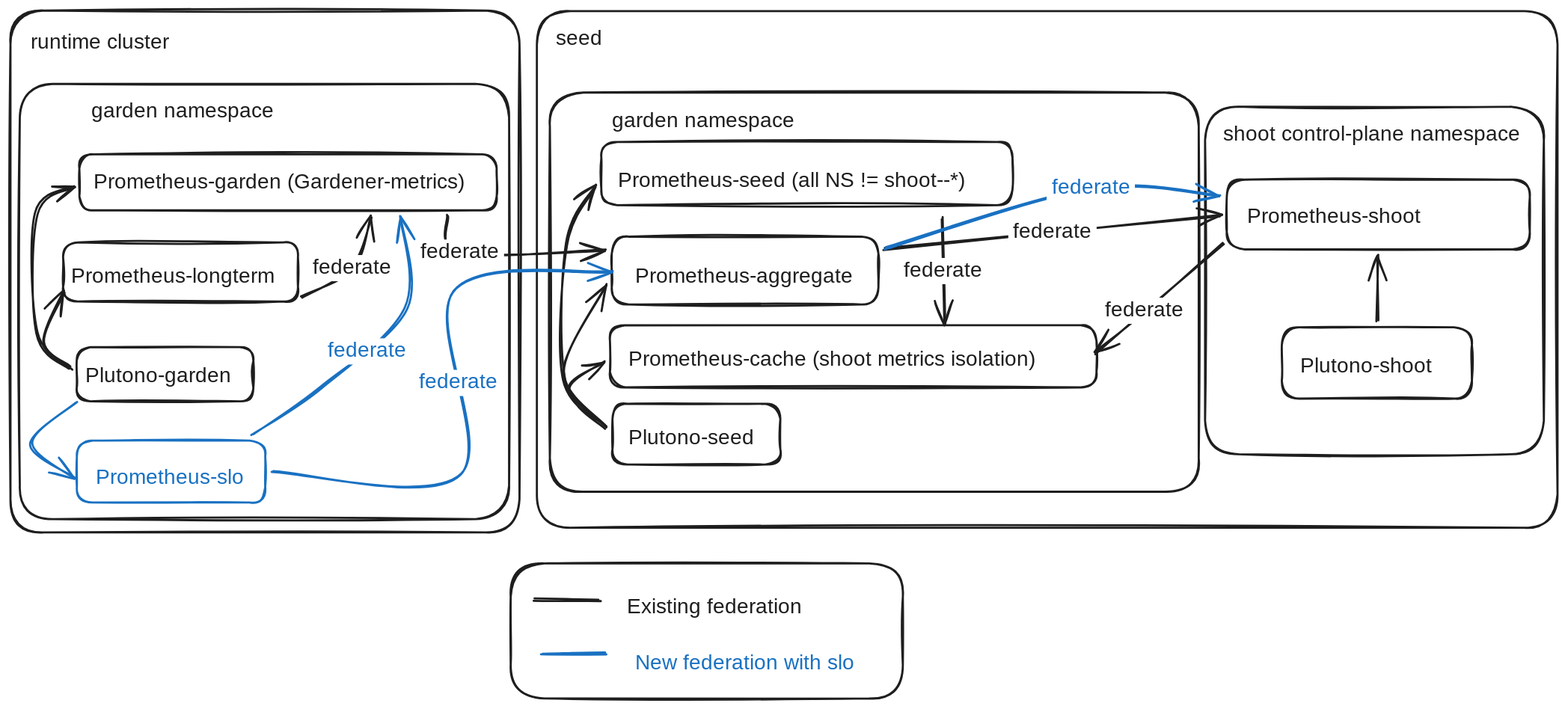
The Excalidraw diagram geps/0041-slo-monitoring/slo-extension-plan.svg in gardener/enhancements, before a commit. Source tidied: one line per element, renumbered; positions are measured from the earlier drawing's top-left corner, leaving out a move shared by most shapes.
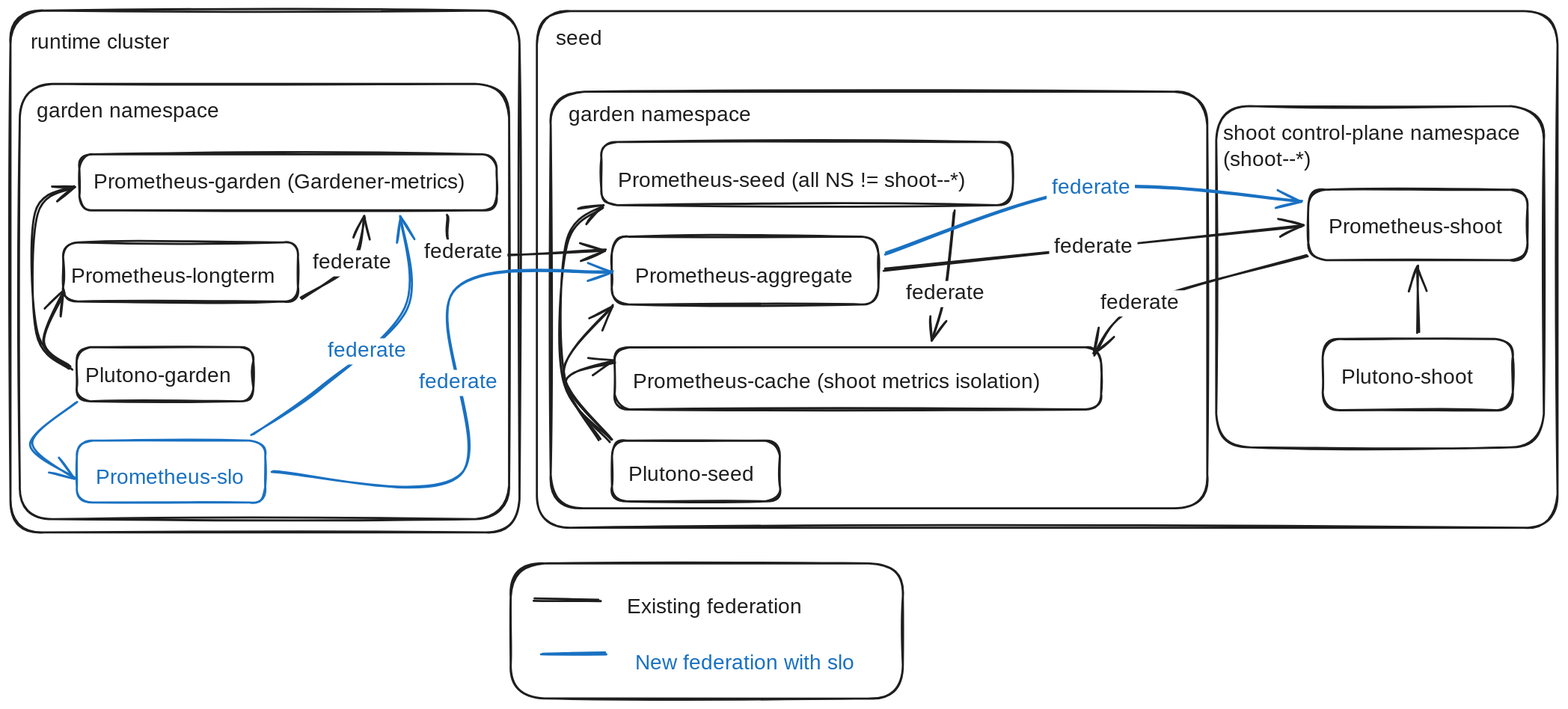
The same diagram one commit later.

Change to the diagram source:
```diff
@@ -1,35 +1,34 @@
 {"id": 0, "type": "rectangle", "strokeColor": "#1e1e1e", "strokeWidth": 2, "roughness": 1, "round": true, "x": 0, "y": 0, "width": 486, "height": 498}
 {"id": 1, "type": "rectangle", "strokeColor": "#1e1e1e", "strokeWidth": 2, "roughness": 1, "round": true, "x": 503, "y": 1, "width": 974, "height": 493}
 {"id": 2, "type": "text", "text": "seed", "strokeColor": "#1e1e1e", "strokeWidth": 2, "roughness": 1, "fontSize": 20, "fontFamily": 5, "x": 521, "y": 15, "width": 44, "height": 25}
-{"id": 3, "type": "rectangle", "strokeColor": "#1e1e1e", "strokeWidth": 2, "roughness": 1, "round": true, "x": 515, "y": 78, "width": 619, "height": 381}
+{"id": 3, "type": "rectangle", "strokeColor": "#1e1e1e", "strokeWidth": 2, "roughness": 1, "round": true, "x": 516, "y": 78, "width": 627, "height": 398}
-{"id": 4, "type": "text", "text": "garden namespace", "strokeColor": "#1e1e1e", "strokeWidth": 2, "roughness": 1, "fontSize": 20, "fontFamily": 5, "x": 574, "y": 94, "width": 172, "height": 25}
+{"id": 4, "type": "text", "text": "garden namespace", "strokeColor": "#1e1e1e", "strokeWidth": 2, "roughness": 1, "fontSize": 20, "fontFamily": 5, "x": 533, "y": 88, "width": 172, "height": 25}
-{"id": 5, "type": "rectangle", "strokeColor": "#1e1e1e", "strokeWidth": 2, "roughness": 1, "round": true, "x": 1140, "y": 92, "width": 323, "height": 332}
+{"id": 5, "type": "rectangle", "strokeColor": "#1e1e1e", "strokeWidth": 2, "roughness": 1, "round": true, "x": 1151, "y": 91, "width": 313, "height": 326}
-{"id": 6, "type": "text", "text": "shoot control-plane namespace", "strokeColor": "#1e1e1e", "strokeWidth": 2, "roughness": 1, "fontSize": 20, "fontFamily": 5, "x": 1158, "y": 106, "width": 298, "height": 25}
+{"id": 6, "type": "text", "text": "shoot control-plane namespace\n(shoot--*)", "strokeColor": "#1e1e1e", "strokeWidth": 2, "roughness": 1, "fontSize": 20, "fontFamily": 5, "x": 1158, "y": 106, "width": 298, "height": 50}
-{"id": 7, "type": "rectangle", "strokeColor": "#1e1e1e", "strokeWidth": 2, "roughness": 1, "round": true, "x": 1161, "y": 162, "width": 289, "height": 67}
+{"id": 7, "type": "rectangle", "strokeColor": "#1e1e1e", "strokeWidth": 2, "roughness": 1, "round": true, "x": 1239, "y": 171, "width": 209, "height": 67}
-{"id": 8, "type": "text", "text": "Prometheus-shoot", "strokeColor": "#1e1e1e", "strokeWidth": 2, "roughness": 1, "fontSize": 20, "fontFamily": 5, "x": 1181, "y": 185, "width": 179, "height": 25}
+{"id": 8, "type": "text", "text": "Prometheus-shoot", "strokeColor": "#1e1e1e", "strokeWidth": 2, "roughness": 1, "fontSize": 20, "fontFamily": 5, "x": 1259, "y": 195, "width": 179, "height": 25}
-{"id": 9, "type": "rectangle", "strokeColor": "#1e1e1e", "strokeWidth": 2, "roughness": 1, "round": true, "x": 1214, "y": 303, "width": 181, "height": 68}
+{"id": 9, "type": "rectangle", "strokeColor": "#1e1e1e", "strokeWidth": 2, "roughness": 1, "round": true, "x": 1253, "y": 314, "width": 181, "height": 68}
-{"id": 10, "type": "text", "text": "Plutono-shoot", "strokeColor": "#1e1e1e", "strokeWidth": 2, "roughness": 1, "fontSize": 20, "fontFamily": 5, "x": 1232, "y": 328, "width": 140, "height": 25}
+{"id": 10, "type": "text", "text": "Plutono-shoot", "strokeColor": "#1e1e1e", "strokeWidth": 2, "roughness": 1, "fontSize": 20, "fontFamily": 5, "x": 1271, "y": 339, "width": 140, "height": 25}
-{"id": 11, "type": "arrow", "strokeColor": "#1e1e1e", "strokeWidth": 2, "roughness": 1, "endArrowhead": "arrow", "round": true, "from": 9, "to": 7, "x": 1305, "y": 297, "width": 1, "height": 62, "points": [[0, 0], [1, -62]]}
+{"id": 11, "type": "arrow", "strokeColor": "#1e1e1e", "strokeWidth": 2, "roughness": 1, "endArrowhead": "arrow", "round": true, "from": 9, "to": 7, "x": 1343, "y": 308, "width": 0, "height": 63, "points": [[0, 0], [0, -63]]}
 {"id": 12, "type": "rectangle", "strokeColor": "#1e1e1e", "strokeWidth": 2, "roughness": 1, "round": true, "x": 564, "y": 126, "width": 392, "height": 60}
 {"id": 13, "type": "rectangle", "strokeColor": "#1e1e1e", "strokeWidth": 2, "roughness": 1, "round": true, "x": 574, "y": 216, "width": 255, "height": 65}
-{"id": 14, "type": "rectangle", "strokeColor": "#1e1e1e", "strokeWidth": 2, "roughness": 1, "round": true, "x": 572, "y": 301, "width": 464, "height": 59}
+{"id": 14, "type": "rectangle", "strokeColor": "#1e1e1e", "strokeWidth": 2, "roughness": 1, "round": true, "x": 577, "y": 322, "width": 464, "height": 59}
-{"id": 15, "type": "rectangle", "strokeColor": "#1e1e1e", "strokeWidth": 2, "roughness": 1, "round": true, "x": 575, "y": 376, "width": 160, "height": 58}
+{"id": 15, "type": "rectangle", "strokeColor": "#1e1e1e", "strokeWidth": 2, "roughness": 1, "round": true, "x": 574, "y": 411, "width": 160, "height": 58}
-{"id": 16, "type": "text", "text": "Plutono-seed", "strokeColor": "#1e1e1e", "strokeWidth": 2, "roughness": 1, "fontSize": 20, "fontFamily": 5, "x": 590, "y": 397, "width": 128, "height": 25}
+{"id": 16, "type": "text", "text": "Plutono-seed", "strokeColor": "#1e1e1e", "strokeWidth": 2, "roughness": 1, "fontSize": 20, "fontFamily": 5, "x": 590, "y": 432, "width": 128, "height": 25}
 {"id": 17, "type": "text", "text": "Prometheus-seed (all NS != shoot--*)", "strokeColor": "#1e1e1e", "strokeWidth": 2, "roughness": 1, "fontSize": 20, "fontFamily": 5, "x": 580, "y": 151, "width": 362, "height": 25}
 {"id": 18, "type": "text", "text": "Prometheus-aggregate", "strokeColor": "#1e1e1e", "strokeWidth": 2, "roughness": 1, "fontSize": 20, "fontFamily": 5, "x": 596, "y": 243, "width": 218, "height": 25}
-{"id": 19, "type": "text", "text": "Prometheus-cache (shoot metrics isolation)\n", "strokeColor": "#1e1e1e", "strokeWidth": 2, "roughness": 1, "fontSize": 20, "fontFamily": 5, "x": 590, "y": 322, "width": 425, "height": 50}
+{"id": 19, "type": "text", "text": "Prometheus-cache (shoot metrics isolation)\n", "strokeColor": "#1e1e1e", "strokeWidth": 2, "roughness": 1, "fontSize": 20, "fontFamily": 5, "x": 594, "y": 343, "width": 425, "height": 50}
-{"id": 20, "type": "arrow", "strokeColor": "#1e1e1e", "strokeWidth": 2, "roughness": 1, "endArrowhead": "arrow", "round": true, "from": 7, "to": 14, "x": 1158, "y": 223, "width": 122, "height": 104, "points": [[0, 0], [-75, 63], [-122, 104]]}
+{"id": 20, "type": "arrow", "strokeColor": "#1e1e1e", "strokeWidth": 2, "roughness": 1, "endArrowhead": "arrow", "round": true, "to": 14, "x": 1238, "y": 235, "width": 203, "height": 94, "points": [[0, 0], [-159, 45], [-203, 94]]}
-{"id": 21, "type": "text", "text": "federate", "strokeColor": "#1e1e1e", "strokeWidth": 2, "roughness": 1, "fontSize": 20, "fontFamily": 5, "textAlign": "center", "verticalAlign": "middle", "inside": 20, "x": 1053, "y": 251, "width": 84, "height": 25}
+{"id": 21, "type": "text", "text": "federate", "strokeColor": "#1e1e1e", "strokeWidth": 2, "roughness": 1, "fontSize": 20, "fontFamily": 5, "textAlign": "center", "verticalAlign": "middle", "inside": 20, "x": 1042, "y": 274, "width": 84, "height": 25}
-{"id": 22, "type": "arrow", "strokeColor": "#1e1e1e", "strokeWidth": 2, "roughness": 1, "endArrowhead": "arrow", "round": true, "from": 13, "to": 7, "x": 834, "y": 228, "width": 321, "height": 33, "points": [[0, 0], [321, -33]]}
+{"id": 22, "type": "arrow", "strokeColor": "#1e1e1e", "strokeWidth": 2, "roughness": 1, "endArrowhead": "arrow", "round": true, "from": 13, "to": 7, "x": 835, "y": 248, "width": 398, "height": 42, "points": [[0, 0], [398, -42]]}
 {"id": 23, "type": "text", "text": "federate", "strokeColor": "#1e1e1e", "strokeWidth": 2, "roughness": 1, "fontSize": 20, "fontFamily": 5, "textAlign": "center", "verticalAlign": "middle", "inside": 22, "x": 953, "y": 209, "width": 84, "height": 25}
-{"id": 24, "type": "arrow", "strokeColor": "#1e1e1e", "strokeWidth": 2, "roughness": 1, "endArrowhead": "arrow", "round": true, "x": 889, "y": 198, "width": 3, "height": 101, "points": [[0, 0], [3, 101]]}
+{"id": 24, "type": "arrow", "strokeColor": "#1e1e1e", "strokeWidth": 2, "roughness": 1, "endArrowhead": "arrow", "round": true, "to": 14, "x": 900, "y": 192, "width": 20, "height": 124, "points": [[0, 0], [-8, 79], [-20, 124]]}
-{"id": 25, "type": "text", "text": "federate", "strokeColor": "#1e1e1e", "strokeWidth": 2, "roughness": 1, "fontSize": 20, "fontFamily": 5, "textAlign": "center", "verticalAlign": "middle", "inside": 24, "x": 850, "y": 235, "width": 84, "height": 25}
+{"id": 25, "type": "text", "text": "federate", "strokeColor": "#1e1e1e", "strokeWidth": 2, "roughness": 1, "fontSize": 20, "fontFamily": 5, "textAlign": "center", "verticalAlign": "middle", "inside": 24, "x": 946, "y": 245, "width": 84, "height": 25}
-{"id": 26, "type": "arrow", "strokeColor": "#1e1e1e", "strokeWidth": 2, "roughness": 1, "endArrowhead": "arrow", "round": true, "from": 15, "to": 14, "x": 569, "y": 398, "width": 36, "height": 63, "points": [[0, 0], [-36, -37], [-2, -63]]}
-{"id": 27, "type": "arrow", "strokeColor": "#1e1e1e", "strokeWidth": 2, "roughness": 1, "endArrowhead": "arrow", "round": true, "from": 15, "to": 13, "x": 569, "y": 397, "width": 41, "height": 136, "points": [[0, 0], [-41, -51], [-1, -136]]}
+{"id": 27, "type": "arrow", "strokeColor": "#1e1e1e", "strokeWidth": 2, "roughness": 1, "endArrowhead": "arrow", "round": true, "from": 15, "to": 13, "x": 574, "y": 410, "width": 46, "height": 128, "points": [[0, 0], [-46, -63], [0, -128]]}
-{"id": 28, "type": "arrow", "strokeColor": "#1e1e1e", "strokeWidth": 2, "roughness": 1, "endArrowhead": "arrow", "round": true, "from": 15, "to": 12, "x": 569, "y": 398, "width": 41, "height": 230, "points": [[0, 0], [-41, -44], [-37, -175], [-11, -230]]}
+{"id": 28, "type": "arrow", "strokeColor": "#1e1e1e", "strokeWidth": 2, "roughness": 1, "endArrowhead": "arrow", "round": true, "from": 15, "to": 12, "x": 573, "y": 411, "width": 45, "height": 223, "points": [[0, 0], [-45, -57], [-41, -187], [-8, -223]]}
 {"id": 29, "type": "text", "text": "runtime cluster", "strokeColor": "#1e1e1e", "strokeWidth": 2, "roughness": 1, "fontSize": 20, "fontFamily": 5, "x": 19, "y": 19, "width": 144, "height": 25}
 {"id": 30, "type": "rectangle", "strokeColor": "#1e1e1e", "strokeWidth": 2, "roughness": 1, "round": true, "x": 9, "y": 70, "width": 467, "height": 416}
-{"id": 31, "type": "text", "text": "garden namespace", "strokeColor": "#1e1e1e", "strokeWidth": 2, "roughness": 1, "fontSize": 20, "fontFamily": 5, "x": 77, "y": 85, "width": 172, "height": 25}
+{"id": 31, "type": "text", "text": "garden namespace", "strokeColor": "#1e1e1e", "strokeWidth": 2, "roughness": 1, "fontSize": 20, "fontFamily": 5, "x": 25, "y": 85, "width": 172, "height": 25}
 {"id": 32, "type": "rectangle", "strokeColor": "#1e1e1e", "strokeWidth": 2, "roughness": 1, "round": true, "x": 66, "y": 137, "width": 398, "height": 53}
 {"id": 33, "type": "text", "text": "Prometheus-garden (Gardener-metrics) ", "strokeColor": "#1e1e1e", "strokeWidth": 2, "roughness": 1, "fontSize": 20, "fontFamily": 5, "x": 79, "y": 152, "width": 384, "height": 25}
 {"id": 34, "type": "rectangle", "strokeColor": "#1e1e1e", "strokeWidth": 2, "roughness": 1, "round": true, "x": 50, "y": 221, "width": 224, "height": 56}
@@ -38,9 +37,9 @@
 {"id": 37, "type": "text", "text": "Plutono-garden", "strokeColor": "#1e1e1e", "strokeWidth": 2, "roughness": 1, "fontSize": 20, "fontFamily": 5, "x": 72, "y": 337, "width": 147, "height": 25}
 {"id": 38, "type": "arrow", "strokeColor": "#1e1e1e", "strokeWidth": 2, "roughness": 1, "endArrowhead": "arrow", "round": true, "from": 36, "to": 35, "x": 57, "y": 342, "width": 26, "height": 73, "points": [[0, 0], [-26, -25], [-5, -73]]}
 {"id": 39, "type": "arrow", "strokeColor": "#1e1e1e", "strokeWidth": 2, "roughness": 1, "endArrowhead": "arrow", "round": true, "from": 36, "to": 32, "x": 57, "y": 341, "width": 36, "height": 173, "points": [[0, 0], [-31, -34], [-33, -147], [3, -173]]}
-{"id": 40, "type": "arrow", "strokeColor": "#1e1e1e", "strokeWidth": 2, "roughness": 1, "endArrowhead": "arrow", "round": true, "x": 417, "y": 197, "width": 151, "height": 35, "points": [[0, 0], [12, 35], [151, 31]]}
+{"id": 40, "type": "arrow", "strokeColor": "#1e1e1e", "strokeWidth": 2, "roughness": 1, "endArrowhead": "arrow", "round": true, "x": 417, "y": 197, "width": 151, "height": 34, "points": [[0, 0], [15, 34], [151, 31]]}
 {"id": 41, "type": "text", "text": "federate", "strokeColor": "#1e1e1e", "strokeWidth": 2, "roughness": 1, "fontSize": 20, "fontFamily": 5, "textAlign": "center", "verticalAlign": "middle", "inside": 40, "x": 377, "y": 194, "width": 84, "height": 25}
-{"id": 42, "type": "arrow", "strokeColor": "#1e1e1e", "strokeWidth": 2, "roughness": 1, "endArrowhead": "arrow", "round": true, "from": 34, "to": 32, "x": 278, "y": 275, "width": 67, "height": 78, "points": [[0, 0], [48, -29], [67, -78]]}
+{"id": 42, "type": "arrow", "strokeColor": "#1e1e1e", "strokeWidth": 2, "roughness": 1, "endArrowhead": "arrow", "round": true, "from": 34, "x": 278, "y": 276, "width": 60, "height": 79, "points": [[0, 0], [48, -34], [60, -79]]}
 {"id": 43, "type": "text", "text": "federate", "strokeColor": "#1e1e1e", "strokeWidth": 2, "roughness": 1, "fontSize": 20, "fontFamily": 5, "textAlign": "center", "verticalAlign": "middle", "inside": 42, "x": 288, "y": 227, "width": 84, "height": 25}
 {"id": 44, "type": "rectangle", "strokeColor": "#1971c2", "strokeWidth": 2, "roughness": 1, "round": true, "x": 63, "y": 411, "width": 180, "height": 59}
 {"id": 45, "type": "text", "text": "Prometheus-slo", "strokeColor": "#1971c2", "strokeWidth": 2, "roughness": 1, "fontSize": 20, "fontFamily": 5, "x": 81, "y": 435, "width": 149, "height": 25}
@@ -48,7 +47,7 @@
 {"id": 47, "type": "text", "text": "federate", "strokeColor": "#1971c2", "strokeWidth": 2, "roughness": 1, "fontSize": 20, "fontFamily": 5, "textAlign": "center", "verticalAlign": "middle", "inside": 46, "x": 303, "y": 311, "width": 84, "height": 25}
 {"id": 48, "type": "arrow", "strokeColor": "#1971c2", "strokeWidth": 2, "roughness": 1, "endArrowhead": "arrow", "round": true, "x": 250, "y": 440, "width": 326, "height": 194, "points": [[0, 0], [180, 2], [172, -172], [326, -191]]}
 {"id": 49, "type": "text", "text": "federate", "strokeColor": "#1971c2", "strokeWidth": 2, "roughness": 1, "fontSize": 20, "fontFamily": 5, "textAlign": "center", "verticalAlign": "middle", "inside": 48, "x": 381, "y": 318, "width": 84, "height": 25}
-{"id": 50, "type": "arrow", "strokeColor": "#1971c2", "strokeWidth": 2, "roughness": 1, "endArrowhead": "arrow", "round": true, "from": 13, "to": 7, "x": 834, "y": 227, "width": 321, "height": 57, "points": [[0, 0], [197, -57], [321, -50]]}
+{"id": 50, "type": "arrow", "strokeColor": "#1971c2", "strokeWidth": 2, "roughness": 1, "endArrowhead": "arrow", "round": true, "from": 13, "to": 7, "x": 835, "y": 232, "width": 399, "height": 62, "points": [[0, 0], [197, -62], [399, -50]]}
 {"id": 51, "type": "text", "text": "federate", "strokeColor": "#1971c2", "strokeWidth": 2, "roughness": 1, "fontSize": 20, "fontFamily": 5, "textAlign": "center", "verticalAlign": "middle", "inside": 50, "x": 939, "y": 163, "width": 84, "height": 25}
 {"id": 52, "type": "rectangle", "strokeColor": "#1e1e1e", "strokeWidth": 2, "roughness": 1, "round": true, "x": 478, "y": 528, "width": 374, "height": 129}
 {"id": 53, "type": "line", "strokeColor": "#1e1e1e", "strokeWidth": 2, "roughness": 1, "round": true, "x": 499, "y": 562, "width": 63, "height": 1, "points": [[0, 0], [63, 1]]}
@@ -56,3 +55,4 @@
 {"id": 55, "type": "line", "strokeColor": "#1971c2", "strokeWidth": 2, "roughness": 1, "round": true, "x": 507, "y": 614, "width": 62, "height": 0, "points": [[0, 0], [62, 0]]}
 {"id": 56, "type": "text", "text": "New federation with slo", "strokeColor": "#1971c2", "strokeWidth": 2, "roughness": 1, "fontSize": 20, "fontFamily": 5, "x": 596, "y": 612, "width": 230, "height": 25}
 {"id": 57, "type": "arrow", "strokeColor": "#1971c2", "strokeWidth": 2, "roughness": 1, "endArrowhead": "arrow", "round": true, "from": 36, "x": 63, "y": 375, "width": 43, "height": 73, "points": [[0, 0], [-43, 39], [-2, 73]]}
+{"id": 58, "type": "arrow", "strokeColor": "#1e1e1e", "strokeWidth": 2, "roughness": 1, "endArrowhead": "arrow", "round": true, "from": 3, "to": 14, "x": 562, "y": 410, "width": 47, "height": 75, "points": [[0, 0], [-32, -56], [15, -75]]}
```
